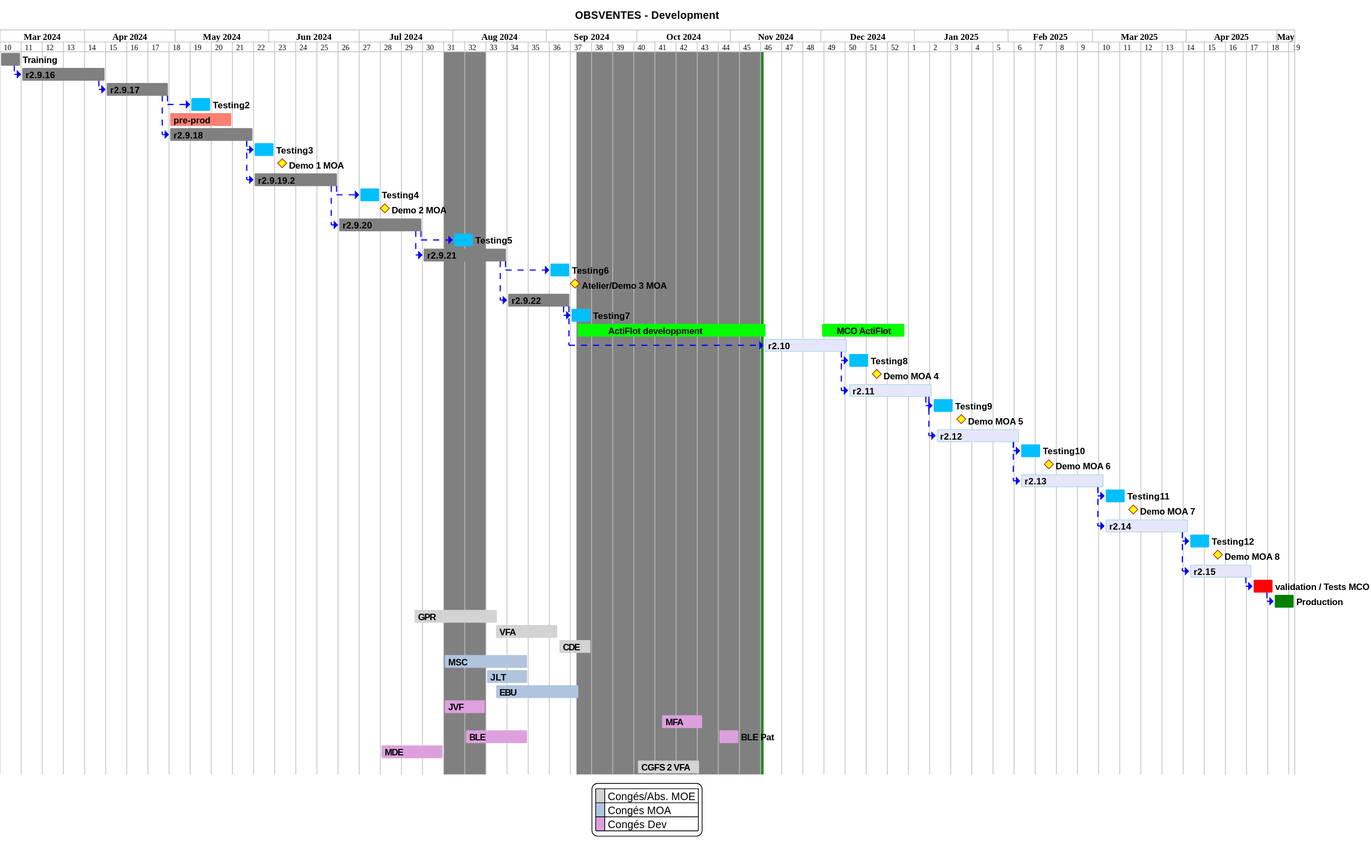
Above: projects/obsvente/not/images/refonte-obsventes-planning-sprints.svg in sumaris-net/sumaris-doc (PlantUML), before the change.
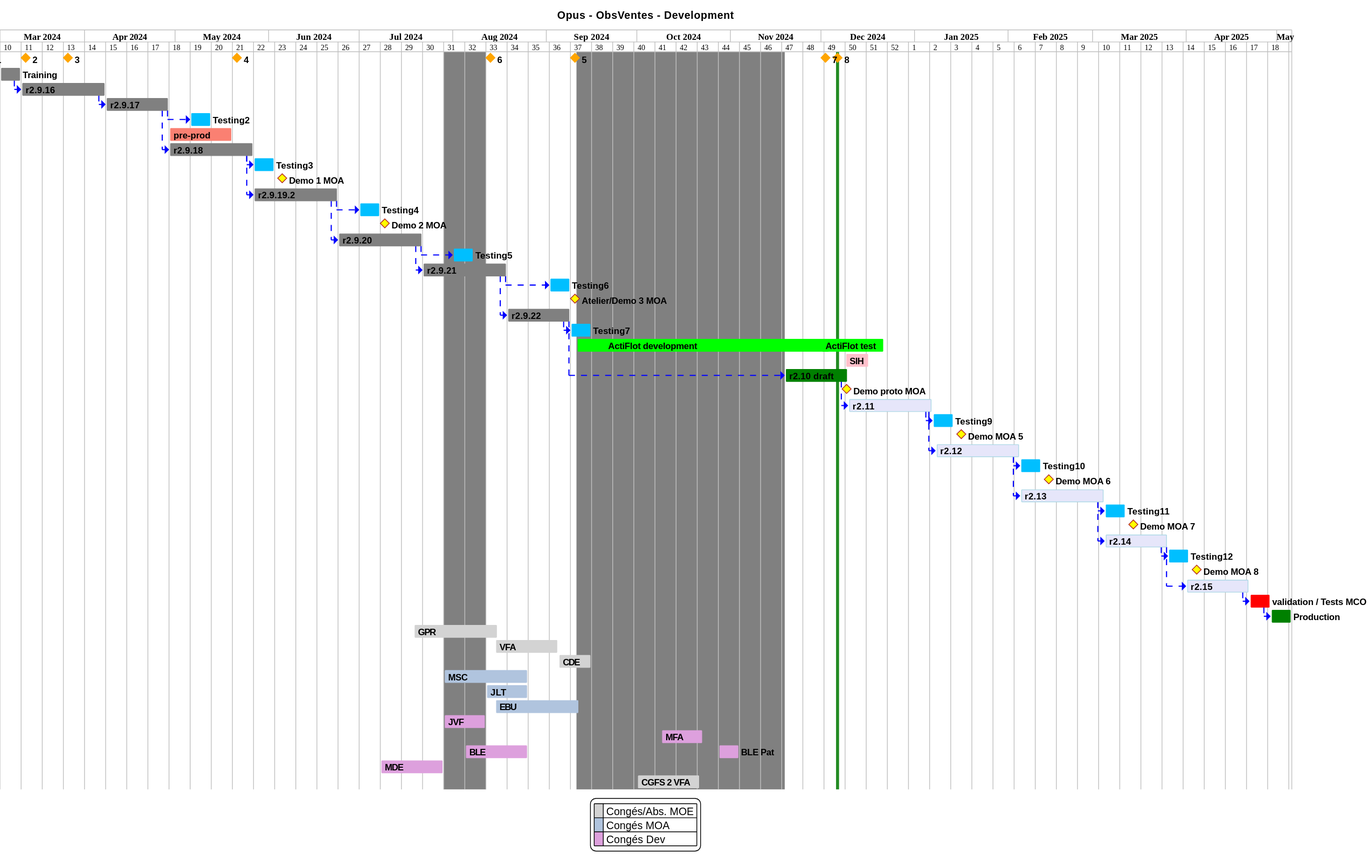
The same diagram one commit later.

Commit message:
[man] update actiflot user manual

The edit, as a diff of the source:
```diff
@@ -51,7 +51,44 @@
 printscale weekly
 projectscale weekly
 
-title OBSVENTES - Development
+title Opus - ObsVentes - Development
+
+
+!procedure N(x,n)
+[x<size:0>n</size>]
+!endprocedure
+
+N(1, 1) as [o1] happen the 2024/02/29
+N(1, 1) is colored in orange
+
+N(2, 2) as [o2] happen the 2024/03/12
+N(2, 2) is colored in orange
+
+N(3, 3) as [o3] happen the 2024/03/26
+N(3, 3) is colored in orange
+
+N(4, 4) as [o4] happen the 2024/05/21
+N(4, 4) is colored in orange
+
+N(5, 5) as [o5] happen the 2024/09/10
+N(5, 5) is colored in orange
+
+N(6, 6) as [o6] happen the 2024/08/13
+N(6, 6) is colored in orange
+
+N(7, 7) as [o7] happen the 2024/12/02
+N(7, 7) is colored in orange
+
+N(8, 8) as [o8] happen the 2024/12/06
+N(8, 8) is colored in orange
+
+[o1] displays on same row as [o2]
+[o2] displays on same row as [o3]
+[o3] displays on same row as [o4]
+[o4] displays on same row as [o5]
+[o5] displays on same row as [o6]
+[o6] displays on same row as [o7]
+[o7] displays on same row as [o8]
 
 today is colored in forestGreen
 
@@ -110,20 +147,22 @@
 
 
 
-[            ActiFlot developpment] as [ActivityCalendarMEP] requires 9 week and starts 11th September 2024
+[            ActiFlot development] as [ActivityCalendarMEP] requires 12 week and starts 11th September 2024
 [ActivityCalendarMEP] is colored in lime
 
-[     MCO ActiFlot ] as [ActivityCalendarMCO] requires 4 week and starts 1th December 2024
+[ActiFlot test] as [ActivityCalendarMCO] requires 3 week and starts 1th December 2024
 [ActivityCalendarMCO] is colored in lime
 
 [ActivityCalendarMEP] displays on same row as [ActivityCalendarMCO]
 
-[r2.10] as [TASK8] requires 4 weeks and starts the 12th of November 2024
-[TASK8] is colored in Lavender/LightBlue
+[SIH] as [Séminaire SIH] requires 8 days and starts the 9th December 2024
+[SIH] is colored in pink
+
+[r2.10 draft] as [TASK8] requires 3 weeks and starts the 19th of November 2024
+[TASK8] is colored in green
 [TASK7]->[TASK8]
-[Testing8] requires 1 week
-[TASK8]->[Testing8]
-[Demo MOA 4] happens 3 day after [Testing8]'s end
+
+[Demo proto MOA] happens 0 day after [TASK8]'s end
 
 
 [r2.11] as [TASK9] requires 4 weeks and starts the 9th of December 2024
@@ -147,7 +186,7 @@
 [TASK11]->[Testing11]
 [Demo MOA 7] happens 3 day after [Testing11]'s end
 
-[r2.14] as [TASK12] requires 4 weeks and starts the 4th of March 2025
+[r2.14] as [TASK12] requires 3 weeks and starts the 4th of March 2025
 [TASK12] is colored in Lavender/LightBlue
 [TASK11]->[TASK12]
 [Testing12] requires 1 week
@@ -190,7 +229,7 @@
 [JVF] as [CONG_JVF] requires 2 week and starts the 29th of July 2024
 [JVF] is colored in plum
 2024-07-29 to 2024-08-11 is colored in grey
-2024-09-11 to 2024-11-11 is colored in grey
+2024-09-11 to 2024-11-18 is colored in grey
 
 [MFA] as [CONG_MFA] requires 2 week and starts the 09th of October 2024
 [MFA] is colored in plum
```
